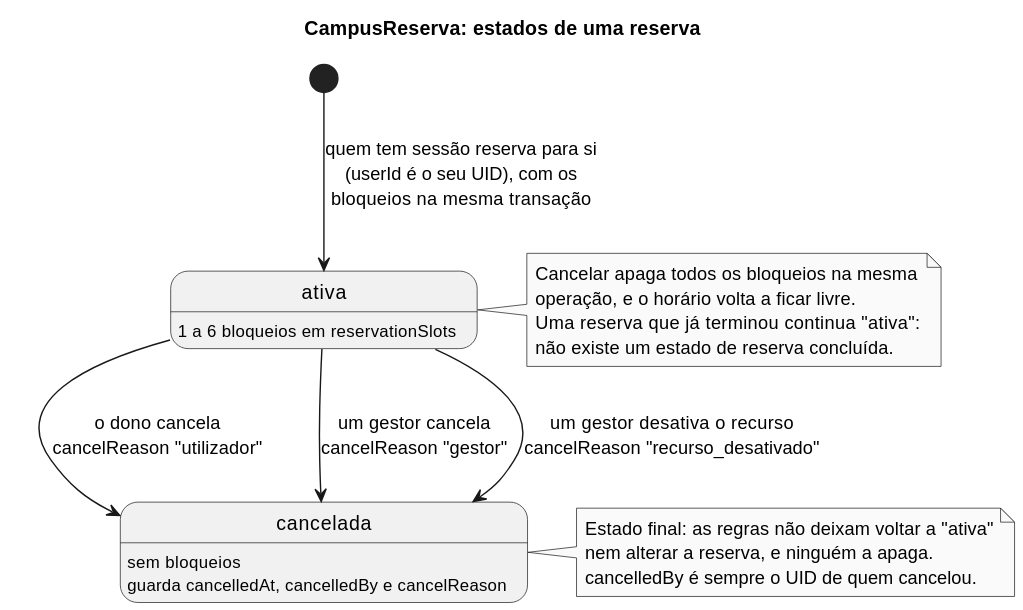
Earlier version of the PlantUML export docs/imagens/estados-reserva.svg (diogofcpereira/CampusReserva). Its diagram source:
```plantuml
@startuml

title CampusReserva: estados de uma reserva

skinparam monochrome true
skinparam shadowing false
hide empty description

state "ativa" as ativa
state "cancelada" as cancelada

ativa : 1 a 6 bloqueios em reservationSlots
cancelada : sem bloqueios
cancelada : guarda cancelledAt, cancelledBy e cancelReason

[*] --> ativa : quem tem sessão reserva para si\n(userId é o seu UID), com os\nbloqueios na mesma transação
ativa --> cancelada : o dono cancela\ncancelReason "utilizador"
ativa --> cancelada : um gestor cancela\ncancelReason "gestor"
ativa --> cancelada : um gestor desativa o recurso\ncancelReason "recurso_desativado"

note right of ativa
  Cancelar apaga todos os bloqueios na mesma
  operação, e o horário volta a ficar livre.
  Uma reserva que já terminou continua "ativa":
  não existe um estado de reserva concluída.
end note

note right of cancelada
  Estado final: as regras não deixam voltar a "ativa"
  nem alterar a reserva, e ninguém a apaga.
  cancelledBy é sempre o UID de quem cancelou.
end note
@enduml
```
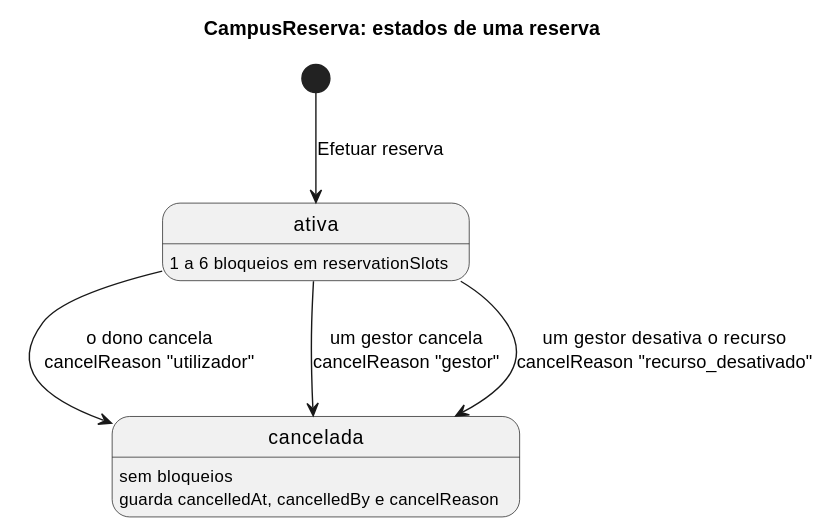
Above is the later version.

What changed in the source:
```diff
@@ -13,21 +13,8 @@
 cancelada : sem bloqueios
 cancelada : guarda cancelledAt, cancelledBy e cancelReason
 
-[*] --> ativa : quem tem sessão reserva para si\n(userId é o seu UID), com os\nbloqueios na mesma transação
+[*] --> ativa : Efetuar reserva
 ativa --> cancelada : o dono cancela\ncancelReason "utilizador"
 ativa --> cancelada : um gestor cancela\ncancelReason "gestor"
 ativa --> cancelada : um gestor desativa o recurso\ncancelReason "recurso_desativado"
-
-note right of ativa
-  Cancelar apaga todos os bloqueios na mesma
-  operação, e o horário volta a ficar livre.
-  Uma reserva que já terminou continua "ativa":
-  não existe um estado de reserva concluída.
-end note
-
-note right of cancelada
-  Estado final: as regras não deixam voltar a "ativa"
-  nem alterar a reserva, e ninguém a apaga.
-  cancelledBy é sempre o UID de quem cancelou.
-end note
 @enduml
```
